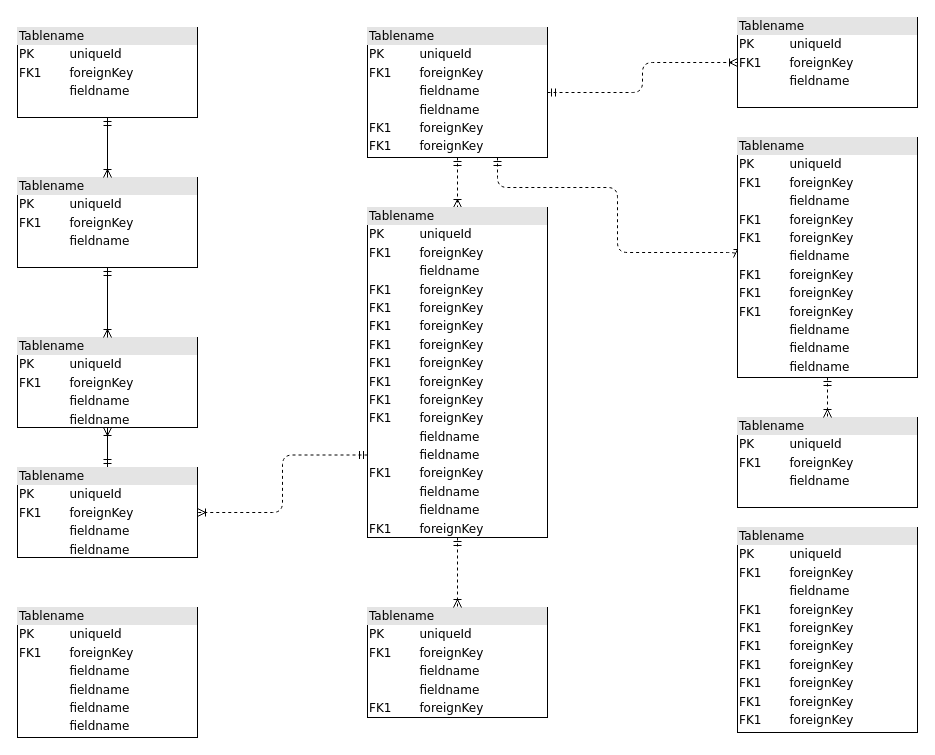
Muhamed02/Muhamed02 keeps this draw.io diagram as Untitled Diagram.drawio. Above is the earlier version. Source tidied: cells renumbered, new cells numbered last; positions are measured from the earlier drawing's top-left corner, leaving out a move shared by most shapes. Both pictures are drawn from the tidied source at 100%, with x=0, y=0 at pixel (17, 17).
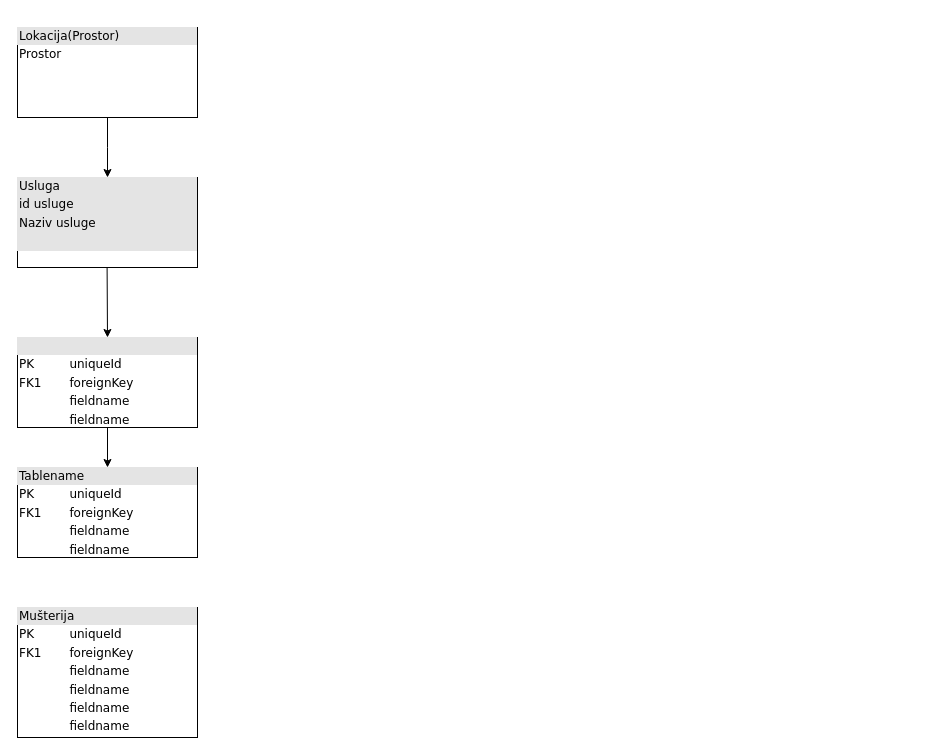
The same diagram, later.

Unchanged cells that the change refers to:
```xml
<mxCell id="9" value="&lt;div style=&quot;box-sizing: border-box ; width: 100% ; background: #e4e4e4 ; padding: 2px&quot;&gt;Tablename&lt;/div&gt;&lt;table style=&quot;width: 100% ; font-size: 1em&quot; cellpadding=&quot;2&quot; cellspacing=&quot;0&quot;&gt;&lt;tbody&gt;&lt;tr&gt;&lt;td&gt;PK&lt;/td&gt;&lt;td&gt;uniqueId&lt;/td&gt;&lt;/tr&gt;&lt;tr&gt;&lt;td&gt;FK1&lt;/td&gt;&lt;td&gt;foreignKey&lt;/td&gt;&lt;/tr&gt;&lt;tr&gt;&lt;td&gt;&lt;/td&gt;&lt;td&gt;fieldname&lt;/td&gt;&lt;/tr&gt;&lt;tr&gt;&lt;td&gt;&lt;br&gt;&lt;/td&gt;&lt;td&gt;fieldname&lt;br&gt;&lt;/td&gt;&lt;/tr&gt;&lt;/tbody&gt;&lt;/table&gt;" style="verticalAlign=top;align=left;overflow=fill;html=1;rounded=0;shadow=0;comic=0;labelBackgroundColor=none;strokeWidth=1;fontFamily=Verdana;fontSize=12;" parent="1" vertex="1">
  <mxGeometry y="450" width="180" height="90" as="geometry" />
</mxCell>
```

Change to the diagram source:
```diff
@@
+    <mxCell id="23" style="edgeStyle=orthogonalEdgeStyle;rounded=0;jettySize=auto;html=1;" parent="1" edge="1" source="2">
+      <mxGeometry relative="1" as="geometry">
+        <mxPoint x="90" y="160" as="targetPoint" />
+      </mxGeometry>
+    </mxCell>
-    <mxCell id="2" value="&lt;div style=&quot;box-sizing:border-box;width:100%;background:#e4e4e4;padding:2px;&quot;&gt;Tablename&lt;/div&gt;&lt;table style=&quot;width:100%;font-size:1em;&quot; cellpadding=&quot;2&quot; cellspacing=&quot;0&quot;&gt;&lt;tr&gt;&lt;td&gt;PK&lt;/td&gt;&lt;td&gt;uniqueId&lt;/td&gt;&lt;/tr&gt;&lt;tr&gt;&lt;td&gt;FK1&lt;/td&gt;&lt;td&gt;foreignKey&lt;/td&gt;&lt;/tr&gt;&lt;tr&gt;&lt;td&gt;&lt;/td&gt;&lt;td&gt;fieldname&lt;/td&gt;&lt;/tr&gt;&lt;/table&gt;" style="verticalAlign=top;align=left;overflow=fill;html=1;rounded=0;shadow=0;comic=0;labelBackgroundColor=none;strokeWidth=1;fontFamily=Verdana;fontSize=12;" parent="1" vertex="1">
+    <mxCell id="2" value="&lt;div style=&quot;box-sizing: border-box ; width: 100% ; background: #e4e4e4 ; padding: 2px&quot;&gt;Lokacija(Prostor)&lt;/div&gt;&lt;table style=&quot;width: 100% ; font-size: 1em&quot; cellpadding=&quot;2&quot; cellspacing=&quot;0&quot;&gt;&lt;tbody&gt;&lt;tr&gt;&lt;td&gt;Prostor&lt;br&gt;&lt;br&gt;&lt;br&gt;&lt;/td&gt;&lt;td&gt;&lt;br&gt;&lt;/td&gt;&lt;/tr&gt;&lt;tr&gt;&lt;td&gt;&lt;br&gt;&lt;/td&gt;&lt;td&gt;&lt;br&gt;&lt;/td&gt;&lt;/tr&gt;&lt;tr&gt;&lt;td&gt;&lt;br&gt;&lt;/td&gt;&lt;td&gt;&lt;br&gt;&lt;/td&gt;&lt;/tr&gt;&lt;/tbody&gt;&lt;/table&gt;" style="verticalAlign=top;align=left;overflow=fill;html=1;rounded=0;shadow=0;comic=0;labelBackgroundColor=none;strokeWidth=1;fontFamily=Verdana;fontSize=12;" parent="1" vertex="1">
       <mxGeometry y="10" width="180" height="90" as="geometry" />
     </mxCell>
-    <mxCell id="3" style="edgeStyle=orthogonalEdgeStyle;html=1;entryX=0.5;entryY=0;dashed=1;labelBackgroundColor=none;startArrow=ERmandOne;endArrow=ERoneToMany;fontFamily=Verdana;fontSize=12;align=left;" parent="1" edge="1" source="6" target="16">
-      <mxGeometry relative="1" as="geometry" />
-    </mxCell>
-    <mxCell id="4" style="edgeStyle=orthogonalEdgeStyle;html=1;dashed=1;labelBackgroundColor=none;startArrow=ERmandOne;endArrow=ERoneToMany;fontFamily=Verdana;fontSize=12;align=left;entryX=0;entryY=0.5;" parent="1" edge="1" source="6" target="19">
-      <mxGeometry relative="1" as="geometry">
-        <Array as="points">
-          <mxPoint x="480" y="170" />
-          <mxPoint x="600" y="170" />
-          <mxPoint x="600" y="235" />
-        </Array>
-      </mxGeometry>
-    </mxCell>
-    <mxCell id="5" style="edgeStyle=orthogonalEdgeStyle;html=1;dashed=1;labelBackgroundColor=none;startArrow=ERmandOne;endArrow=ERoneToMany;fontFamily=Verdana;fontSize=12;align=left;" parent="1" edge="1" source="6" target="20">
-      <mxGeometry relative="1" as="geometry" />
-    </mxCell>
-    <mxCell id="6" value="&lt;div style=&quot;box-sizing: border-box ; width: 100% ; background: #e4e4e4 ; padding: 2px&quot;&gt;Tablename&lt;/div&gt;&lt;table style=&quot;width: 100% ; font-size: 1em&quot; cellpadding=&quot;2&quot; cellspacing=&quot;0&quot;&gt;&lt;tbody&gt;&lt;tr&gt;&lt;td&gt;PK&lt;/td&gt;&lt;td&gt;uniqueId&lt;/td&gt;&lt;/tr&gt;&lt;tr&gt;&lt;td&gt;FK1&lt;/td&gt;&lt;td&gt;foreignKey&lt;/td&gt;&lt;/tr&gt;&lt;tr&gt;&lt;td&gt;&lt;/td&gt;&lt;td&gt;fieldname&lt;/td&gt;&lt;/tr&gt;&lt;tr&gt;&lt;td&gt;&lt;br&gt;&lt;/td&gt;&lt;td&gt;fieldname&lt;br&gt;&lt;/td&gt;&lt;/tr&gt;&lt;tr&gt;&lt;td&gt;FK1&lt;br&gt;&lt;/td&gt;&lt;td&gt;foreignKey&lt;br&gt;&lt;/td&gt;&lt;/tr&gt;&lt;tr&gt;&lt;td&gt;FK1&lt;br&gt;&lt;/td&gt;&lt;td&gt;foreignKey&lt;br&gt;&lt;/td&gt;&lt;/tr&gt;&lt;/tbody&gt;&lt;/table&gt;" style="verticalAlign=top;align=left;overflow=fill;html=1;rounded=0;shadow=0;comic=0;labelBackgroundColor=none;strokeWidth=1;fontFamily=Verdana;fontSize=12;" parent="1" vertex="1">
-      <mxGeometry x="350" y="10" width="180" height="130" as="geometry" />
-    </mxCell>
-    <mxCell id="7" style="edgeStyle=orthogonalEdgeStyle;html=1;labelBackgroundColor=none;startArrow=ERmandOne;endArrow=ERoneToMany;fontFamily=Verdana;fontSize=12;align=left;" parent="1" edge="1" source="9" target="10">
-      <mxGeometry relative="1" as="geometry" />
-    </mxCell>
-    <mxCell id="8" style="edgeStyle=orthogonalEdgeStyle;html=1;exitX=0;exitY=0.75;entryX=1;entryY=0.5;dashed=1;labelBackgroundColor=none;startArrow=ERmandOne;endArrow=ERoneToMany;fontFamily=Verdana;fontSize=12;align=left;" parent="1" edge="1" source="16" target="9">
-      <mxGeometry relative="1" as="geometry" />
-    </mxCell>
@@
-    <mxCell id="10" value="&lt;div style=&quot;box-sizing: border-box ; width: 100% ; background: #e4e4e4 ; padding: 2px&quot;&gt;Tablename&lt;/div&gt;&lt;table style=&quot;width: 100% ; font-size: 1em&quot; cellpadding=&quot;2&quot; cellspacing=&quot;0&quot;&gt;&lt;tbody&gt;&lt;tr&gt;&lt;td&gt;PK&lt;/td&gt;&lt;td&gt;uniqueId&lt;/td&gt;&lt;/tr&gt;&lt;tr&gt;&lt;td&gt;FK1&lt;/td&gt;&lt;td&gt;foreignKey&lt;/td&gt;&lt;/tr&gt;&lt;tr&gt;&lt;td&gt;&lt;/td&gt;&lt;td&gt;fieldname&lt;/td&gt;&lt;/tr&gt;&lt;tr&gt;&lt;td&gt;&lt;br&gt;&lt;/td&gt;&lt;td&gt;fieldname&lt;br&gt;&lt;/td&gt;&lt;/tr&gt;&lt;/tbody&gt;&lt;/table&gt;" style="verticalAlign=top;align=left;overflow=fill;html=1;rounded=0;shadow=0;comic=0;labelBackgroundColor=none;strokeWidth=1;fontFamily=Verdana;fontSize=12;" parent="1" vertex="1">
+    <mxCell id="10" value="&lt;div style=&quot;box-sizing: border-box ; width: 100% ; background: #e4e4e4 ; padding: 2px&quot;&gt;&lt;br&gt;&lt;/div&gt;&lt;table style=&quot;width: 100% ; font-size: 1em&quot; cellpadding=&quot;2&quot; cellspacing=&quot;0&quot;&gt;&lt;tbody&gt;&lt;tr&gt;&lt;td&gt;PK&lt;/td&gt;&lt;td&gt;uniqueId&lt;/td&gt;&lt;/tr&gt;&lt;tr&gt;&lt;td&gt;FK1&lt;/td&gt;&lt;td&gt;foreignKey&lt;/td&gt;&lt;/tr&gt;&lt;tr&gt;&lt;td&gt;&lt;/td&gt;&lt;td&gt;fieldname&lt;/td&gt;&lt;/tr&gt;&lt;tr&gt;&lt;td&gt;&lt;br&gt;&lt;/td&gt;&lt;td&gt;fieldname&lt;br&gt;&lt;/td&gt;&lt;/tr&gt;&lt;/tbody&gt;&lt;/table&gt;" style="verticalAlign=top;align=left;overflow=fill;html=1;rounded=0;shadow=0;comic=0;labelBackgroundColor=none;strokeWidth=1;fontFamily=Verdana;fontSize=12;" parent="1" vertex="1">
       <mxGeometry y="320" width="180" height="90" as="geometry" />
     </mxCell>
-    <mxCell id="11" style="edgeStyle=orthogonalEdgeStyle;html=1;entryX=0.5;entryY=0;labelBackgroundColor=none;startArrow=ERmandOne;endArrow=ERoneToMany;fontFamily=Verdana;fontSize=12;align=left;" parent="1" edge="1" source="12" target="10">
-      <mxGeometry relative="1" as="geometry" />
-    </mxCell>
-    <mxCell id="12" value="&lt;div style=&quot;box-sizing:border-box;width:100%;background:#e4e4e4;padding:2px;&quot;&gt;Tablename&lt;/div&gt;&lt;table style=&quot;width:100%;font-size:1em;&quot; cellpadding=&quot;2&quot; cellspacing=&quot;0&quot;&gt;&lt;tr&gt;&lt;td&gt;PK&lt;/td&gt;&lt;td&gt;uniqueId&lt;/td&gt;&lt;/tr&gt;&lt;tr&gt;&lt;td&gt;FK1&lt;/td&gt;&lt;td&gt;foreignKey&lt;/td&gt;&lt;/tr&gt;&lt;tr&gt;&lt;td&gt;&lt;/td&gt;&lt;td&gt;fieldname&lt;/td&gt;&lt;/tr&gt;&lt;/table&gt;" style="verticalAlign=top;align=left;overflow=fill;html=1;rounded=0;shadow=0;comic=0;labelBackgroundColor=none;strokeWidth=1;fontFamily=Verdana;fontSize=12;" parent="1" vertex="1">
+    <mxCell id="12" value="&lt;div style=&quot;box-sizing: border-box ; width: 100% ; background: #e4e4e4 ; padding: 2px&quot;&gt;Usluga&lt;/div&gt;&lt;div style=&quot;box-sizing: border-box ; width: 100% ; background: #e4e4e4 ; padding: 2px&quot;&gt;id usluge&lt;/div&gt;&lt;div style=&quot;box-sizing: border-box ; width: 100% ; background: #e4e4e4 ; padding: 2px&quot;&gt;Naziv usluge&lt;/div&gt;&lt;div style=&quot;box-sizing: border-box ; width: 100% ; background: #e4e4e4 ; padding: 2px&quot;&gt;&lt;br&gt;&lt;/div&gt;" style="verticalAlign=top;align=left;overflow=fill;html=1;rounded=0;shadow=0;comic=0;labelBackgroundColor=none;strokeWidth=1;fontFamily=Verdana;fontSize=12;" parent="1" vertex="1">
       <mxGeometry y="160" width="180" height="90" as="geometry" />
     </mxCell>
-    <mxCell id="13" value="&lt;div style=&quot;box-sizing: border-box ; width: 100% ; background: #e4e4e4 ; padding: 2px&quot;&gt;Tablename&lt;/div&gt;&lt;table style=&quot;width: 100% ; font-size: 1em&quot; cellpadding=&quot;2&quot; cellspacing=&quot;0&quot;&gt;&lt;tbody&gt;&lt;tr&gt;&lt;td&gt;PK&lt;/td&gt;&lt;td&gt;uniqueId&lt;/td&gt;&lt;/tr&gt;&lt;tr&gt;&lt;td&gt;FK1&lt;/td&gt;&lt;td&gt;foreignKey&lt;/td&gt;&lt;/tr&gt;&lt;tr&gt;&lt;td&gt;&lt;/td&gt;&lt;td&gt;fieldname&lt;/td&gt;&lt;/tr&gt;&lt;tr&gt;&lt;td&gt;FK1&lt;br&gt;&lt;/td&gt;&lt;td&gt;foreignKey&lt;br&gt;&lt;/td&gt;&lt;/tr&gt;&lt;tr&gt;&lt;td&gt;FK1&lt;br&gt;&lt;/td&gt;&lt;td&gt;foreignKey&lt;br&gt;&lt;/td&gt;&lt;/tr&gt;&lt;tr&gt;&lt;td&gt;FK1&lt;br&gt;&lt;/td&gt;&lt;td&gt;foreignKey&lt;br&gt;&lt;/td&gt;&lt;/tr&gt;&lt;tr&gt;&lt;td&gt;FK1&lt;br&gt;&lt;/td&gt;&lt;td&gt;foreignKey&lt;br&gt;&lt;/td&gt;&lt;/tr&gt;&lt;tr&gt;&lt;td&gt;FK1&lt;br&gt;&lt;/td&gt;&lt;td&gt;foreignKey&lt;br&gt;&lt;/td&gt;&lt;/tr&gt;&lt;tr&gt;&lt;td&gt;FK1&lt;br&gt;&lt;/td&gt;&lt;td&gt;foreignKey&lt;br&gt;&lt;/td&gt;&lt;/tr&gt;&lt;tr&gt;&lt;td&gt;FK1&lt;br&gt;&lt;/td&gt;&lt;td&gt;foreignKey&lt;br&gt;&lt;/td&gt;&lt;/tr&gt;&lt;/tbody&gt;&lt;/table&gt;" style="verticalAlign=top;align=left;overflow=fill;html=1;rounded=0;shadow=0;comic=0;labelBackgroundColor=none;strokeWidth=1;fontFamily=Verdana;fontSize=12;" parent="1" vertex="1">
-      <mxGeometry x="720" y="510" width="180" height="205" as="geometry" />
-    </mxCell>
-    <mxCell id="14" value="&lt;div style=&quot;box-sizing: border-box ; width: 100% ; background: #e4e4e4 ; padding: 2px&quot;&gt;Tablename&lt;/div&gt;&lt;table style=&quot;width: 100% ; font-size: 1em&quot; cellpadding=&quot;2&quot; cellspacing=&quot;0&quot;&gt;&lt;tbody&gt;&lt;tr&gt;&lt;td&gt;PK&lt;/td&gt;&lt;td&gt;uniqueId&lt;/td&gt;&lt;/tr&gt;&lt;tr&gt;&lt;td&gt;FK1&lt;/td&gt;&lt;td&gt;foreignKey&lt;/td&gt;&lt;/tr&gt;&lt;tr&gt;&lt;td&gt;&lt;/td&gt;&lt;td&gt;fieldname&lt;/td&gt;&lt;/tr&gt;&lt;tr&gt;&lt;td&gt;&lt;br&gt;&lt;/td&gt;&lt;td&gt;fieldname&lt;br&gt;&lt;/td&gt;&lt;/tr&gt;&lt;tr&gt;&lt;td&gt;FK1&lt;br&gt;&lt;/td&gt;&lt;td&gt;foreignKey&lt;br&gt;&lt;/td&gt;&lt;/tr&gt;&lt;/tbody&gt;&lt;/table&gt;" style="verticalAlign=top;align=left;overflow=fill;html=1;rounded=0;shadow=0;comic=0;labelBackgroundColor=none;strokeWidth=1;fontFamily=Verdana;fontSize=12;" parent="1" vertex="1">
-      <mxGeometry x="350" y="590" width="180" height="110" as="geometry" />
-    </mxCell>
-    <mxCell id="15" style="edgeStyle=orthogonalEdgeStyle;html=1;entryX=0.5;entryY=0;labelBackgroundColor=none;startArrow=ERmandOne;endArrow=ERoneToMany;fontFamily=Verdana;fontSize=12;align=left;dashed=1;" parent="1" edge="1" source="16" target="14">
-      <mxGeometry relative="1" as="geometry" />
-    </mxCell>
-    <mxCell id="16" value="&lt;div style=&quot;box-sizing: border-box ; width: 100% ; background: #e4e4e4 ; padding: 2px&quot;&gt;Tablename&lt;/div&gt;&lt;table style=&quot;width: 100% ; font-size: 1em&quot; cellpadding=&quot;2&quot; cellspacing=&quot;0&quot;&gt;&lt;tbody&gt;&lt;tr&gt;&lt;td&gt;PK&lt;/td&gt;&lt;td&gt;uniqueId&lt;/td&gt;&lt;/tr&gt;&lt;tr&gt;&lt;td&gt;FK1&lt;/td&gt;&lt;td&gt;foreignKey&lt;/td&gt;&lt;/tr&gt;&lt;tr&gt;&lt;td&gt;&lt;/td&gt;&lt;td&gt;fieldname&lt;/td&gt;&lt;/tr&gt;&lt;tr&gt;&lt;td&gt;FK1&lt;br&gt;&lt;/td&gt;&lt;td&gt;foreignKey&lt;br&gt;&lt;/td&gt;&lt;/tr&gt;&lt;tr&gt;&lt;td&gt;FK1&lt;br&gt;&lt;/td&gt;&lt;td&gt;foreignKey&lt;br&gt;&lt;/td&gt;&lt;/tr&gt;&lt;tr&gt;&lt;td&gt;FK1&lt;br&gt;&lt;/td&gt;&lt;td&gt;foreignKey&lt;br&gt;&lt;/td&gt;&lt;/tr&gt;&lt;tr&gt;&lt;td&gt;FK1&lt;br&gt;&lt;/td&gt;&lt;td&gt;foreignKey&lt;br&gt;&lt;/td&gt;&lt;/tr&gt;&lt;tr&gt;&lt;td&gt;FK1&lt;br&gt;&lt;/td&gt;&lt;td&gt;foreignKey&lt;br&gt;&lt;/td&gt;&lt;/tr&gt;&lt;tr&gt;&lt;td&gt;FK1&lt;br&gt;&lt;/td&gt;&lt;td&gt;foreignKey&lt;br&gt;&lt;/td&gt;&lt;/tr&gt;&lt;tr&gt;&lt;td&gt;FK1&lt;br&gt;&lt;/td&gt;&lt;td&gt;foreignKey&lt;br&gt;&lt;/td&gt;&lt;/tr&gt;&lt;tr&gt;&lt;td&gt;FK1&lt;br&gt;&lt;/td&gt;&lt;td&gt;foreignKey&lt;br&gt;&lt;/td&gt;&lt;/tr&gt;&lt;tr&gt;&lt;td&gt;&lt;br&gt;&lt;/td&gt;&lt;td&gt;fieldname&lt;br&gt;&lt;/td&gt;&lt;/tr&gt;&lt;tr&gt;&lt;td&gt;&lt;br&gt;&lt;/td&gt;&lt;td&gt;fieldname&lt;br&gt;&lt;/td&gt;&lt;/tr&gt;&lt;tr&gt;&lt;td&gt;FK1&lt;br&gt;&lt;/td&gt;&lt;td&gt;foreignKey&lt;br&gt;&lt;/td&gt;&lt;/tr&gt;&lt;tr&gt;&lt;td&gt;&lt;br&gt;&lt;/td&gt;&lt;td&gt;fieldname&lt;br&gt;&lt;/td&gt;&lt;/tr&gt;&lt;tr&gt;&lt;td&gt;&lt;br&gt;&lt;/td&gt;&lt;td&gt;fieldname&lt;br&gt;&lt;/td&gt;&lt;/tr&gt;&lt;tr&gt;&lt;td&gt;FK1&lt;br&gt;&lt;/td&gt;&lt;td&gt;foreignKey&lt;br&gt;&lt;/td&gt;&lt;/tr&gt;&lt;/tbody&gt;&lt;/table&gt;" style="verticalAlign=top;align=left;overflow=fill;html=1;rounded=0;shadow=0;comic=0;labelBackgroundColor=none;strokeWidth=1;fontFamily=Verdana;fontSize=12;" parent="1" vertex="1">
-      <mxGeometry x="350" y="190" width="180" height="330" as="geometry" />
-    </mxCell>
-    <mxCell id="17" value="&lt;div style=&quot;box-sizing:border-box;width:100%;background:#e4e4e4;padding:2px;&quot;&gt;Tablename&lt;/div&gt;&lt;table style=&quot;width:100%;font-size:1em;&quot; cellpadding=&quot;2&quot; cellspacing=&quot;0&quot;&gt;&lt;tr&gt;&lt;td&gt;PK&lt;/td&gt;&lt;td&gt;uniqueId&lt;/td&gt;&lt;/tr&gt;&lt;tr&gt;&lt;td&gt;FK1&lt;/td&gt;&lt;td&gt;foreignKey&lt;/td&gt;&lt;/tr&gt;&lt;tr&gt;&lt;td&gt;&lt;/td&gt;&lt;td&gt;fieldname&lt;/td&gt;&lt;/tr&gt;&lt;/table&gt;" style="verticalAlign=top;align=left;overflow=fill;html=1;rounded=0;shadow=0;comic=0;labelBackgroundColor=none;strokeWidth=1;fontFamily=Verdana;fontSize=12;" parent="1" vertex="1">
-      <mxGeometry x="720" y="400" width="180" height="90" as="geometry" />
-    </mxCell>
-    <mxCell id="18" style="edgeStyle=orthogonalEdgeStyle;html=1;entryX=0.5;entryY=0;dashed=1;labelBackgroundColor=none;startArrow=ERmandOne;endArrow=ERoneToMany;fontFamily=Verdana;fontSize=12;align=left;" parent="1" edge="1" source="19" target="17">
-      <mxGeometry relative="1" as="geometry" />
-    </mxCell>
-    <mxCell id="19" value="&lt;div style=&quot;box-sizing: border-box ; width: 100% ; background: #e4e4e4 ; padding: 2px&quot;&gt;Tablename&lt;/div&gt;&lt;table style=&quot;width: 100% ; font-size: 1em&quot; cellpadding=&quot;2&quot; cellspacing=&quot;0&quot;&gt;&lt;tbody&gt;&lt;tr&gt;&lt;td&gt;PK&lt;/td&gt;&lt;td&gt;uniqueId&lt;/td&gt;&lt;/tr&gt;&lt;tr&gt;&lt;td&gt;FK1&lt;/td&gt;&lt;td&gt;foreignKey&lt;/td&gt;&lt;/tr&gt;&lt;tr&gt;&lt;td&gt;&lt;/td&gt;&lt;td&gt;fieldname&lt;/td&gt;&lt;/tr&gt;&lt;tr&gt;&lt;td&gt;FK1&lt;br&gt;&lt;/td&gt;&lt;td&gt;foreignKey&lt;br&gt;&lt;/td&gt;&lt;/tr&gt;&lt;tr&gt;&lt;td&gt;FK1&lt;br&gt;&lt;/td&gt;&lt;td&gt;foreignKey&lt;br&gt;&lt;/td&gt;&lt;/tr&gt;&lt;tr&gt;&lt;td&gt;&lt;br&gt;&lt;/td&gt;&lt;td&gt;fieldname&lt;br&gt;&lt;/td&gt;&lt;/tr&gt;&lt;tr&gt;&lt;td&gt;FK1&lt;br&gt;&lt;/td&gt;&lt;td&gt;foreignKey&lt;br&gt;&lt;/td&gt;&lt;/tr&gt;&lt;tr&gt;&lt;td&gt;FK1&lt;br&gt;&lt;/td&gt;&lt;td&gt;foreignKey&lt;br&gt;&lt;/td&gt;&lt;/tr&gt;&lt;tr&gt;&lt;td&gt;FK1&lt;br&gt;&lt;/td&gt;&lt;td&gt;foreignKey&lt;br&gt;&lt;/td&gt;&lt;/tr&gt;&lt;tr&gt;&lt;td&gt;&lt;br&gt;&lt;/td&gt;&lt;td&gt;fieldname&lt;br&gt;&lt;/td&gt;&lt;/tr&gt;&lt;tr&gt;&lt;td&gt;&lt;br&gt;&lt;/td&gt;&lt;td&gt;fieldname&lt;br&gt;&lt;/td&gt;&lt;/tr&gt;&lt;tr&gt;&lt;td&gt;&lt;br&gt;&lt;/td&gt;&lt;td&gt;fieldname&lt;br&gt;&lt;/td&gt;&lt;/tr&gt;&lt;/tbody&gt;&lt;/table&gt;" style="verticalAlign=top;align=left;overflow=fill;html=1;rounded=0;shadow=0;comic=0;labelBackgroundColor=none;strokeWidth=1;fontFamily=Verdana;fontSize=12;" parent="1" vertex="1">
-      <mxGeometry x="720" y="120" width="180" height="240" as="geometry" />
-    </mxCell>
-    <mxCell id="20" value="&lt;div style=&quot;box-sizing:border-box;width:100%;background:#e4e4e4;padding:2px;&quot;&gt;Tablename&lt;/div&gt;&lt;table style=&quot;width:100%;font-size:1em;&quot; cellpadding=&quot;2&quot; cellspacing=&quot;0&quot;&gt;&lt;tr&gt;&lt;td&gt;PK&lt;/td&gt;&lt;td&gt;uniqueId&lt;/td&gt;&lt;/tr&gt;&lt;tr&gt;&lt;td&gt;FK1&lt;/td&gt;&lt;td&gt;foreignKey&lt;/td&gt;&lt;/tr&gt;&lt;tr&gt;&lt;td&gt;&lt;/td&gt;&lt;td&gt;fieldname&lt;/td&gt;&lt;/tr&gt;&lt;/table&gt;" style="verticalAlign=top;align=left;overflow=fill;html=1;rounded=0;shadow=0;comic=0;labelBackgroundColor=none;strokeWidth=1;fontFamily=Verdana;fontSize=12;" parent="1" vertex="1">
-      <mxGeometry x="720" width="180" height="90" as="geometry" />
-    </mxCell>
-    <mxCell id="21" value="&lt;div style=&quot;box-sizing: border-box ; width: 100% ; background: #e4e4e4 ; padding: 2px&quot;&gt;Tablename&lt;/div&gt;&lt;table style=&quot;width: 100% ; font-size: 1em&quot; cellpadding=&quot;2&quot; cellspacing=&quot;0&quot;&gt;&lt;tbody&gt;&lt;tr&gt;&lt;td&gt;PK&lt;/td&gt;&lt;td&gt;uniqueId&lt;/td&gt;&lt;/tr&gt;&lt;tr&gt;&lt;td&gt;FK1&lt;/td&gt;&lt;td&gt;foreignKey&lt;/td&gt;&lt;/tr&gt;&lt;tr&gt;&lt;td&gt;&lt;/td&gt;&lt;td&gt;fieldname&lt;/td&gt;&lt;/tr&gt;&lt;tr&gt;&lt;td&gt;&lt;br&gt;&lt;/td&gt;&lt;td&gt;fieldname&lt;br&gt;&lt;/td&gt;&lt;/tr&gt;&lt;tr&gt;&lt;td&gt;&lt;br&gt;&lt;/td&gt;&lt;td&gt;fieldname&lt;br&gt;&lt;/td&gt;&lt;/tr&gt;&lt;tr&gt;&lt;td&gt;&lt;br&gt;&lt;/td&gt;&lt;td&gt;fieldname&lt;br&gt;&lt;/td&gt;&lt;/tr&gt;&lt;/tbody&gt;&lt;/table&gt;" style="verticalAlign=top;align=left;overflow=fill;html=1;rounded=0;shadow=0;comic=0;labelBackgroundColor=none;strokeWidth=1;fontFamily=Verdana;fontSize=12;" parent="1" vertex="1">
+    <mxCell id="21" value="&lt;div style=&quot;box-sizing: border-box ; width: 100% ; background: #e4e4e4 ; padding: 2px&quot;&gt;Mušterija&lt;/div&gt;&lt;table style=&quot;width: 100% ; font-size: 1em&quot; cellpadding=&quot;2&quot; cellspacing=&quot;0&quot;&gt;&lt;tbody&gt;&lt;tr&gt;&lt;td&gt;PK&lt;/td&gt;&lt;td&gt;uniqueId&lt;/td&gt;&lt;/tr&gt;&lt;tr&gt;&lt;td&gt;FK1&lt;/td&gt;&lt;td&gt;foreignKey&lt;/td&gt;&lt;/tr&gt;&lt;tr&gt;&lt;td&gt;&lt;/td&gt;&lt;td&gt;fieldname&lt;/td&gt;&lt;/tr&gt;&lt;tr&gt;&lt;td&gt;&lt;br&gt;&lt;/td&gt;&lt;td&gt;fieldname&lt;br&gt;&lt;/td&gt;&lt;/tr&gt;&lt;tr&gt;&lt;td&gt;&lt;br&gt;&lt;/td&gt;&lt;td&gt;fieldname&lt;br&gt;&lt;/td&gt;&lt;/tr&gt;&lt;tr&gt;&lt;td&gt;&lt;br&gt;&lt;/td&gt;&lt;td&gt;fieldname&lt;br&gt;&lt;/td&gt;&lt;/tr&gt;&lt;/tbody&gt;&lt;/table&gt;" style="verticalAlign=top;align=left;overflow=fill;html=1;rounded=0;shadow=0;comic=0;labelBackgroundColor=none;strokeWidth=1;fontFamily=Verdana;fontSize=12;" parent="1" vertex="1">
       <mxGeometry y="590" width="180" height="130" as="geometry" />
     </mxCell>
-    <mxCell id="22" style="edgeStyle=orthogonalEdgeStyle;html=1;endArrow=ERoneToMany;startArrow=ERmandOne;labelBackgroundColor=none;fontFamily=Verdana;fontSize=12;align=left;exitX=0.5;exitY=1;entryX=0.5;entryY=0;" parent="1" edge="1" source="2" target="12">
-      <mxGeometry relative="1" as="geometry" />
-    </mxCell>
+    <mxCell id="24" style="endArrow=classic;html=1;entryX=0.5;entryY=0;entryDx=0;entryDy=0;" parent="1" edge="1" target="10">
+      <mxGeometry relative="1" as="geometry">
+        <mxPoint x="89.6" y="250" as="sourcePoint" />
+      </mxGeometry>
+    </mxCell>
+    <mxCell id="25" style="endArrow=classic;html=1;" parent="1" edge="1">
+      <mxGeometry relative="1" as="geometry">
+        <mxPoint x="90" y="410" as="sourcePoint" />
+        <mxPoint x="90" y="450" as="targetPoint" />
+      </mxGeometry>
+    </mxCell>
```
